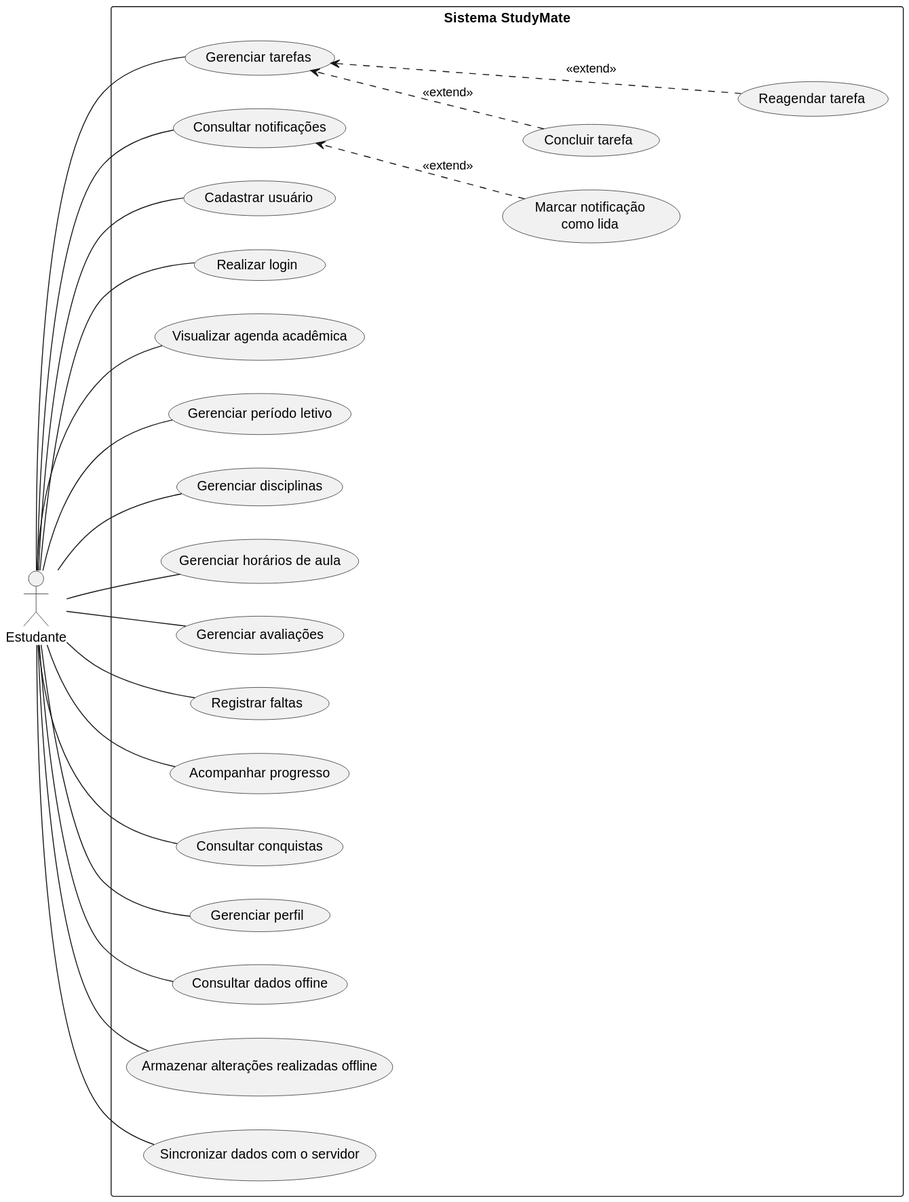
Above: docs/use_case_diagram.svg in StudyMate-TG/studymate-app (PlantUML), before the change.
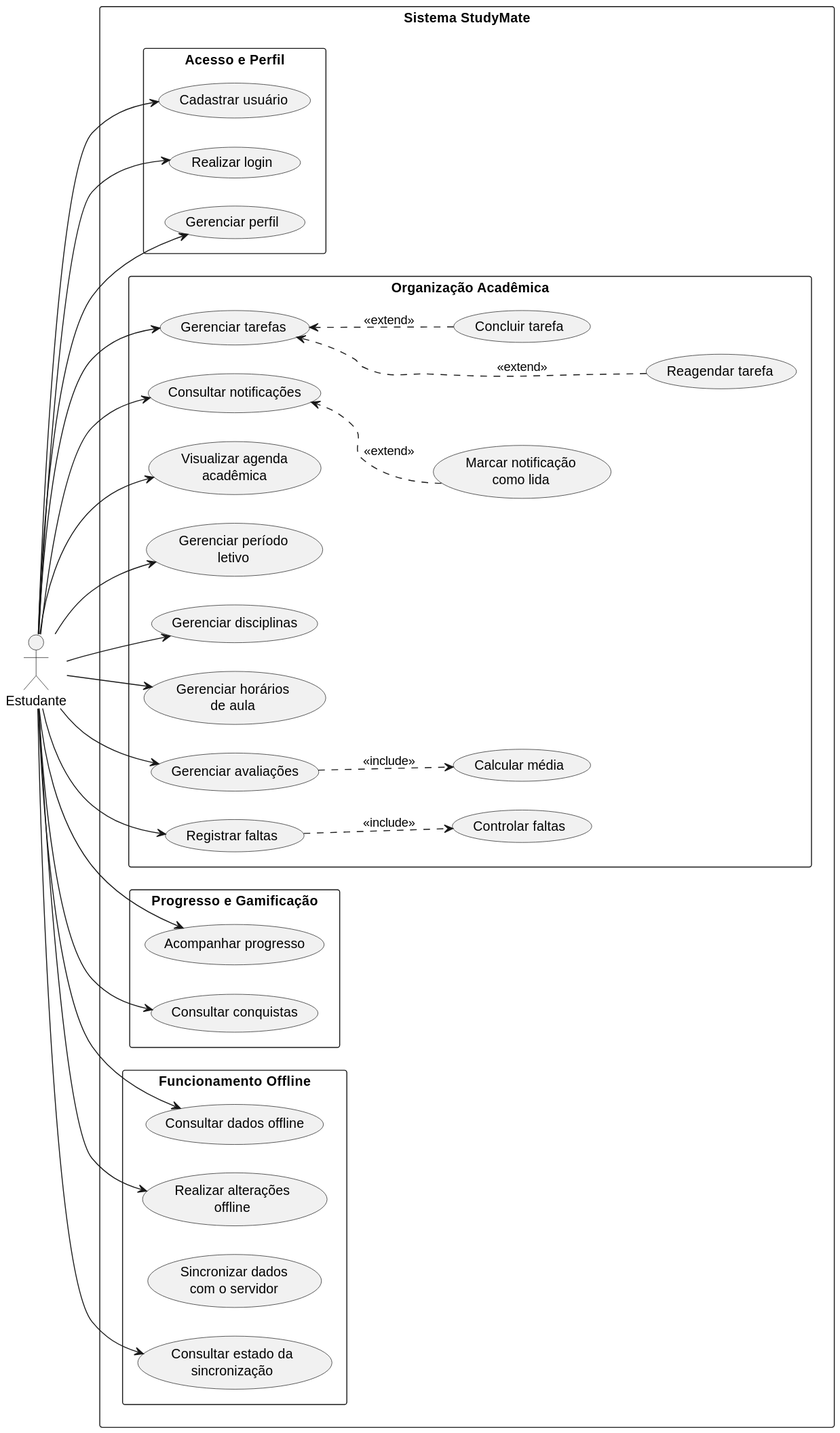
After the change.

Change to the diagram source:
```diff
@@ -1,63 +1,77 @@
 @startuml
 left to right direction
+
+skinparam linetype spline
+skinparam nodesep 30
+skinparam ranksep 35
+skinparam packageStyle rectangle
 
 actor Estudante
 
 rectangle "Sistema StudyMate" {
 
-    usecase "Cadastrar usuário" as UC01
-    usecase "Realizar login" as UC02
-    usecase "Visualizar agenda acadêmica" as UC03
-    usecase "Gerenciar período letivo" as UC04
-    usecase "Gerenciar disciplinas" as UC05
-    usecase "Gerenciar horários de aula" as UC06
+    rectangle "Acesso e Perfil" {
+        usecase "Cadastrar usuário" as UC01
+        usecase "Realizar login" as UC02
+        usecase "Gerenciar perfil" as UC15
+    }
 
-    usecase "Gerenciar tarefas" as UC07
-    usecase "Concluir tarefa" as UC07A
-    usecase "Reagendar tarefa" as UC07B
+    rectangle "Organização Acadêmica" {
+        usecase "Visualizar agenda\nacadêmica" as UC03
+        usecase "Gerenciar período\nletivo" as UC04
+        usecase "Gerenciar disciplinas" as UC05
+        usecase "Gerenciar horários\nde aula" as UC06
 
-    usecase "Gerenciar avaliações" as UC08
+        usecase "Gerenciar tarefas" as UC07
+        usecase "Concluir tarefa" as UC07A
+        usecase "Reagendar tarefa" as UC07B
 
-    usecase "Registrar faltas" as UC10
+        usecase "Gerenciar avaliações" as UC08
+        usecase "Calcular média" as UC09
+        usecase "Registrar faltas" as UC10
+        usecase "Controlar faltas" as UC11
+        usecase "Consultar notificações" as UC12
+        usecase "Marcar notificação\ncomo lida" as UC12A
+    }
 
-    usecase "Consultar notificações" as UC12
-    usecase "Marcar notificação\ncomo lida" as UC12A
+    rectangle "Progresso e Gamificação" {
+        usecase "Acompanhar progresso" as UC13
+        usecase "Consultar conquistas" as UC14
+    }
 
-    usecase "Acompanhar progresso" as UC13
-    usecase "Consultar conquistas" as UC14
-    usecase "Gerenciar perfil" as UC15
-
-    usecase "Consultar dados offine" as UC16
-    usecase "Armazenar alterações realizadas offline" as UC17
-    usecase "Sincronizar dados com o servidor" as UC18
-
+    rectangle "Funcionamento Offline" {
+        usecase "Consultar dados offline" as UC16
+        usecase "Realizar alterações\noffline" as UC17
+        usecase "Sincronizar dados\ncom o servidor" as UC18
+        usecase "Consultar estado da\nsincronização" as UC19
+    }
 
     UC07 -[hidden]right-> UC07A
     UC07A -[hidden]down-> UC07B
-
     UC12 -[hidden]right-> UC12A
 }
 
-Estudante -- UC01
-Estudante -- UC02
-Estudante -- UC03
-Estudante -- UC04
-Estudante -- UC05
-Estudante -- UC06
-Estudante -- UC07
-Estudante -- UC08
-Estudante -- UC10
-Estudante -- UC12
-Estudante -- UC13
-Estudante -- UC14
-Estudante -- UC15
-Estudante -- UC16
-Estudante -- UC17
-Estudante -- UC18
-
+Estudante --> UC01
+Estudante --> UC02
+Estudante --> UC03
+Estudante --> UC04
+Estudante --> UC05
+Estudante --> UC06
+Estudante --> UC07
+Estudante --> UC08
+Estudante --> UC10
+Estudante --> UC12
+Estudante --> UC13
+Estudante --> UC14
+Estudante --> UC15
+Estudante --> UC16
+Estudante --> UC17
+Estudante --> UC19
 
 UC07A ..> UC07 : <<extend>>
 UC07B ..> UC07 : <<extend>>
+UC08 ..> UC09 : <<include>>
+UC10 ..> UC11 : <<include>>
 
 UC12A ..> UC12 : <<extend>>
 @enduml
```
